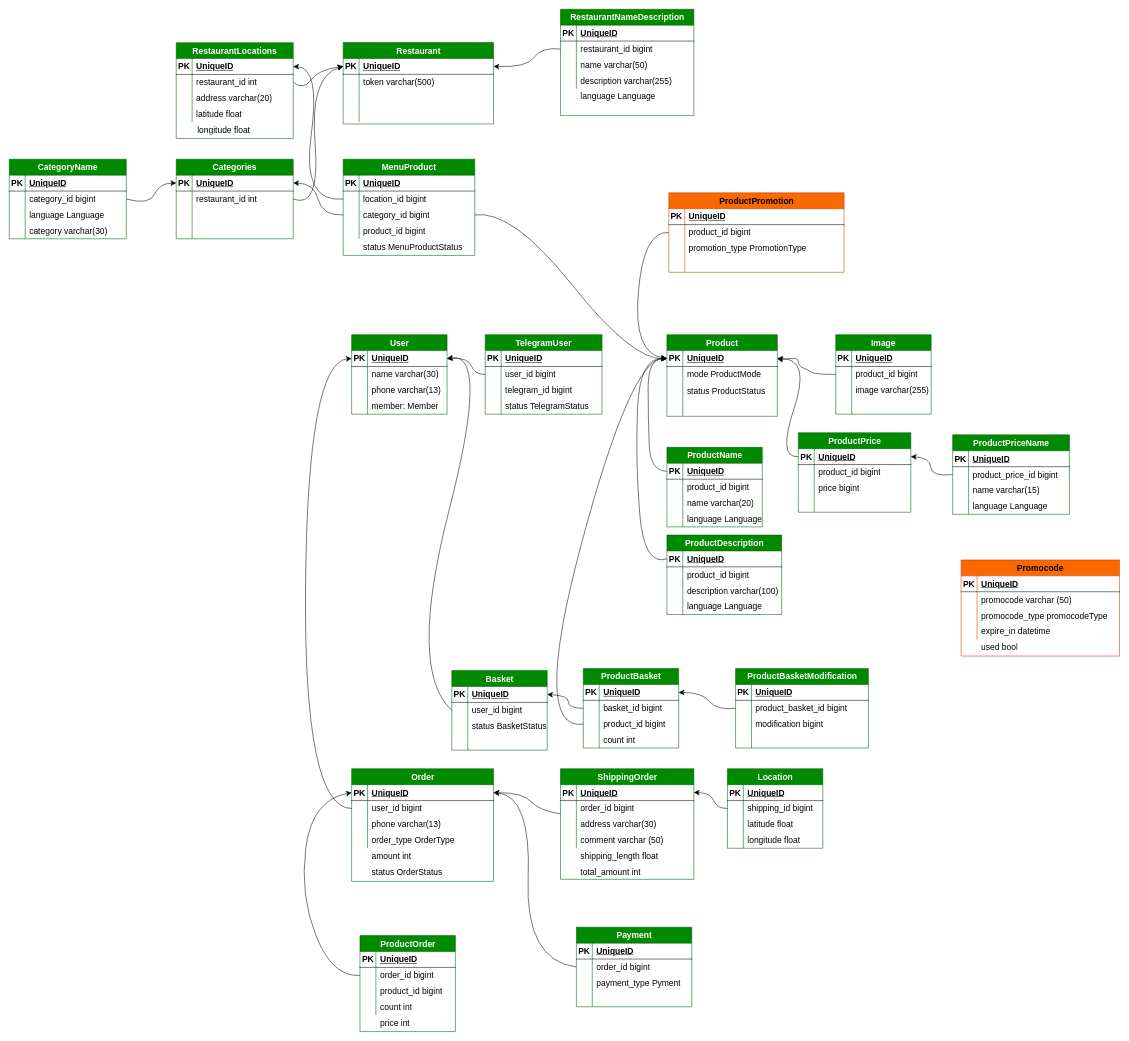
The draw.io diagram page "db scheme" (2 of 2) of restaurant.drawio in KmvRoman/Diagrams, before the edit. Source tidied: cells renumbered, new cells numbered last; positions are measured from the earlier drawing's top-left corner, leaving out a move shared by most shapes. Both pictures are drawn from the tidied source at 53%, with x=0, y=0 at pixel (9, 9).
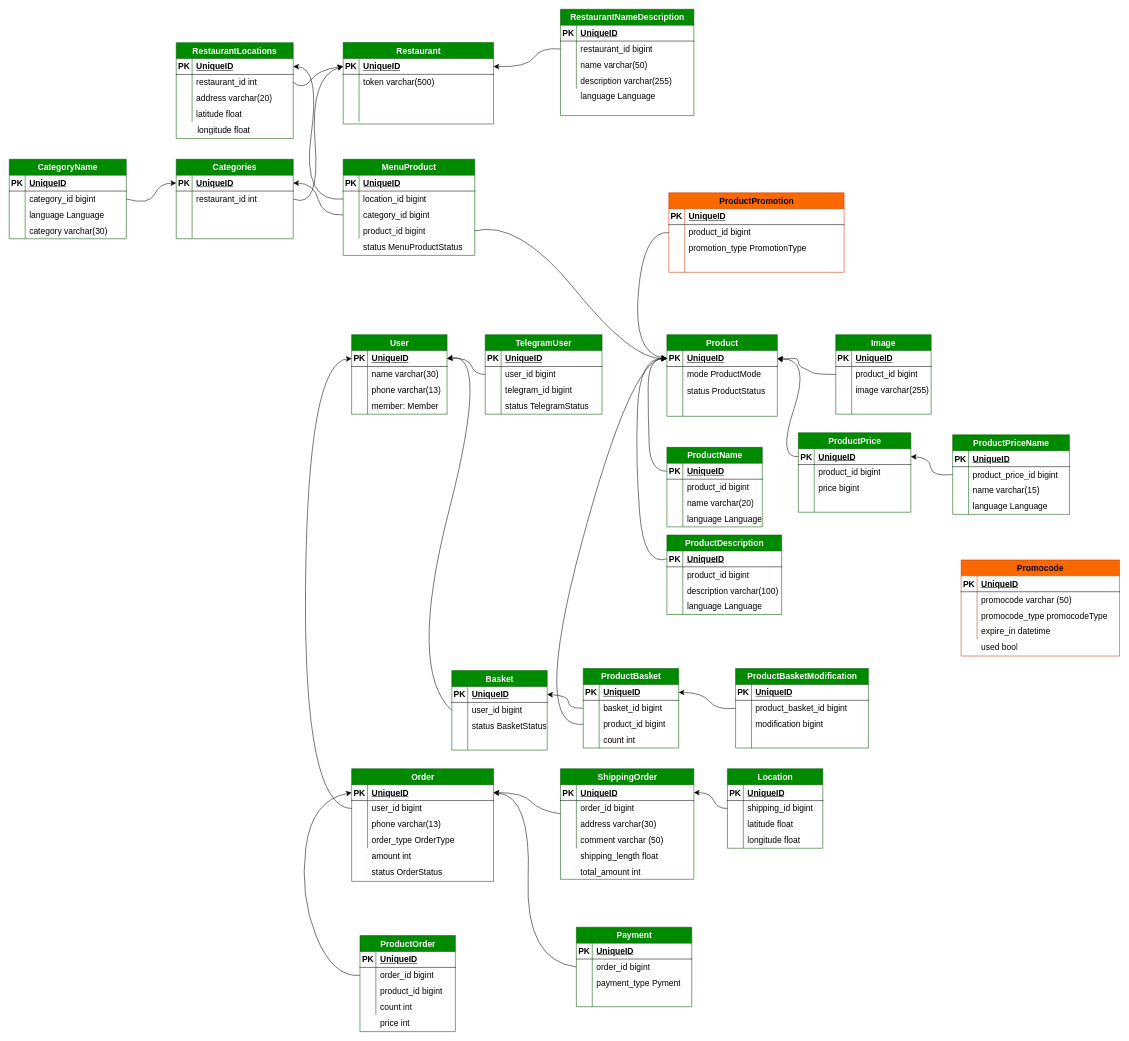
Above is the later version.

The change refers to these unchanged cells:
```xml
<mxCell id="30" style="shape=tableRow;horizontal=0;startSize=0;swimlaneHead=0;swimlaneBody=0;fillColor=none;points=[[0,0.5],[1,0.5]];portConstraint=eastwest;top=0;left=0;right=0;bottom=1;fontSize=16;" parent="29" vertex="1">
  <mxGeometry y="30" width="208.4" height="30" as="geometry" />
</mxCell>
<mxCell id="278" style="shape=tableRow;horizontal=0;startSize=0;swimlaneHead=0;swimlaneBody=0;fillColor=none;points=[[0,0.5],[1,0.5]];portConstraint=eastwest;top=0;left=0;right=0;bottom=0;fontSize=16;" parent="271" vertex="1">
  <mxGeometry y="90" width="248.3" height="30" as="geometry" />
</mxCell>
<mxCell id="281" style="shape=tableRow;horizontal=0;startSize=0;swimlaneHead=0;swimlaneBody=0;fillColor=none;points=[[0,0.5],[1,0.5]];portConstraint=eastwest;top=0;left=0;right=0;bottom=0;fontSize=16;" parent="271" vertex="1">
  <mxGeometry y="120" width="248.3" height="30" as="geometry" />
</mxCell>
```

Change to the diagram source:
```diff
@@
-    <mxCell id="284" style="edgeStyle=none;curved=1;rounded=0;jettySize=auto;html=1;entryX=0;entryY=0.5;entryDx=0;entryDy=0;fontSize=12;startSize=8;endSize=8;exitX=1;exitY=0.5;exitDx=0;exitDy=0;" parent="1" edge="1" source="278" target="30">
+    <mxCell id="284" style="edgeStyle=none;curved=1;rounded=0;jettySize=auto;html=1;entryX=0;entryY=0.5;entryDx=0;entryDy=0;fontSize=12;startSize=8;endSize=8;exitX=1;exitY=0.5;exitDx=0;exitDy=0;" parent="1" edge="1" source="281" target="30">
       <mxGeometry relative="1" as="geometry">
         <Array as="points">
-          <mxPoint x="949" y="378" />
+          <mxPoint x="961" y="397" />
           <mxPoint x="1174" y="661" />
         </Array>
       </mxGeometry>
     </mxCell>
```
